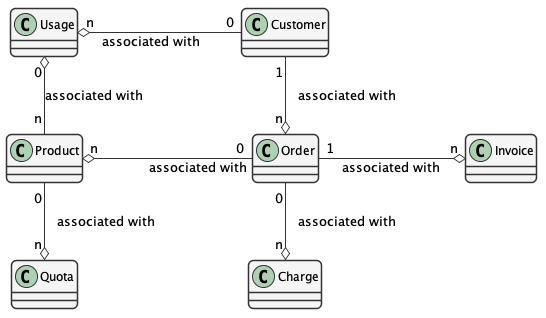
Above: images/overview.png in csjx/d1-membership-plan-mgmt (PlantUML), before the change.
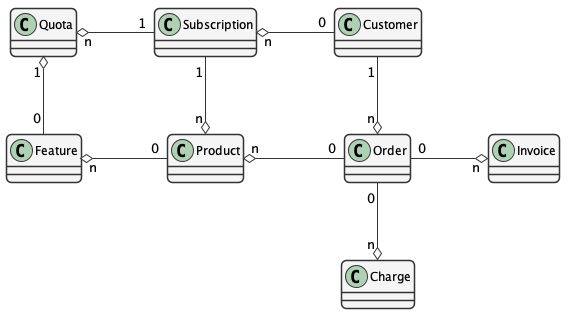
Later version of the same file.

Commit message:
Re-add the Subscription model

What changed in the source:
```diff
@@ -32,9 +32,11 @@
 
 class Product {
 }
+class Feature {
+}
 class Customer {
 }
-class Usage {
+class Subscription {
 }
 class Order {
 }
@@ -45,11 +47,13 @@
 class Quota {
 }
 
-Customer "1" --o "n" Order : "   associated with"
-Order "0" -right-o "n" Product : "associated with"
-Order "0" -up-o "n" Charge : "   associated with"
-Order "1" -left-o "n" Invoice : "   associated with"
-Product "0" -up-o "n" Quota : "   associated with"
-Customer "0" -right-o "n" Usage : "associated with       "
-Product "n" -down-o "0" Usage : "associated with"
+Customer "1" --o "n" Order : "          "
+Order "0" -right-o "n" Product : "          "
+Order "0" -up-o "n" Charge : "          "
+Order "0" -left-o "n" Invoice : "          "
+Customer "0" -right-o "n" Subscription : "          "
+Subscription "1" -up-o "n" Product : "          "
+Subscription "1" -right-o "n" Quota : "          "
+Product "0" -right-o "n" Feature : "          "
+Feature "0" -down-o "1" Quota : "          "
 @enduml
```
